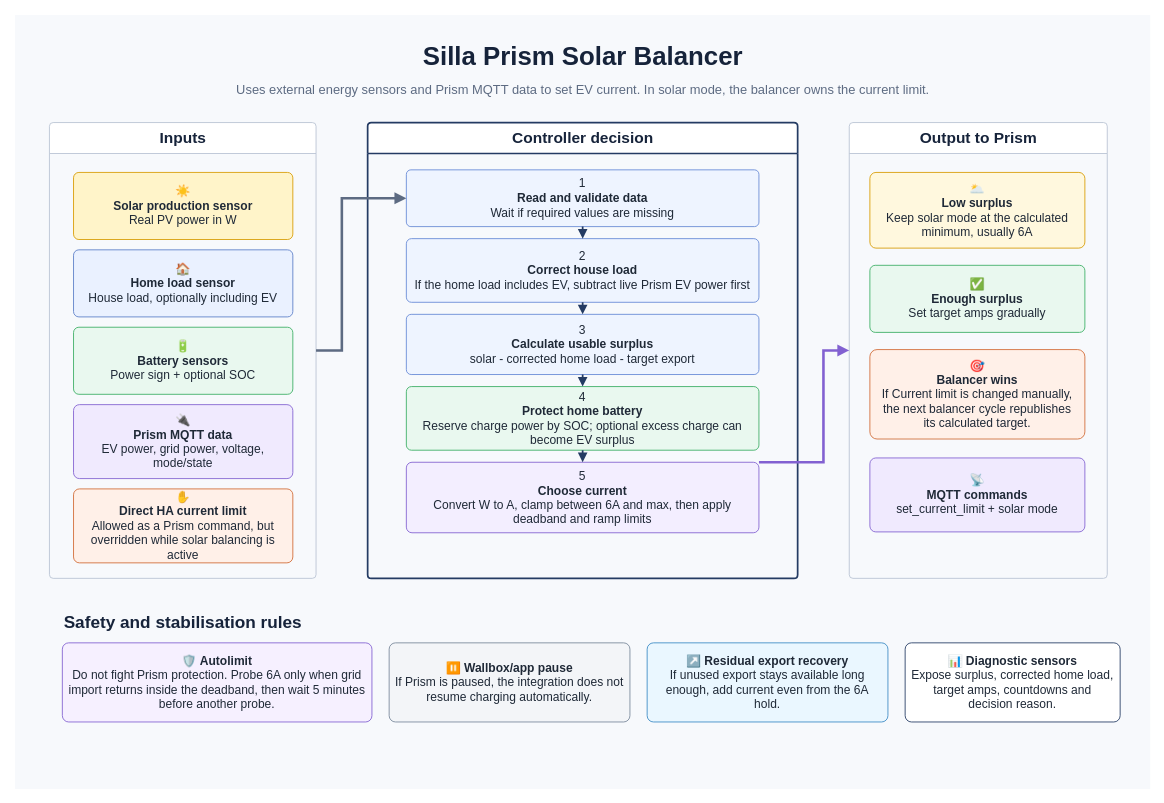
Above: images/solar-balancer-overview.drawio in italoc/silla-prism-integration (draw.io), before the change. Source tidied: cells renumbered, new cells numbered last; positions are measured from the earlier drawing's top-left corner, leaving out a move shared by most shapes. Both pictures are drawn from the tidied source at 86%, with x=0, y=0 at pixel (15, 15).
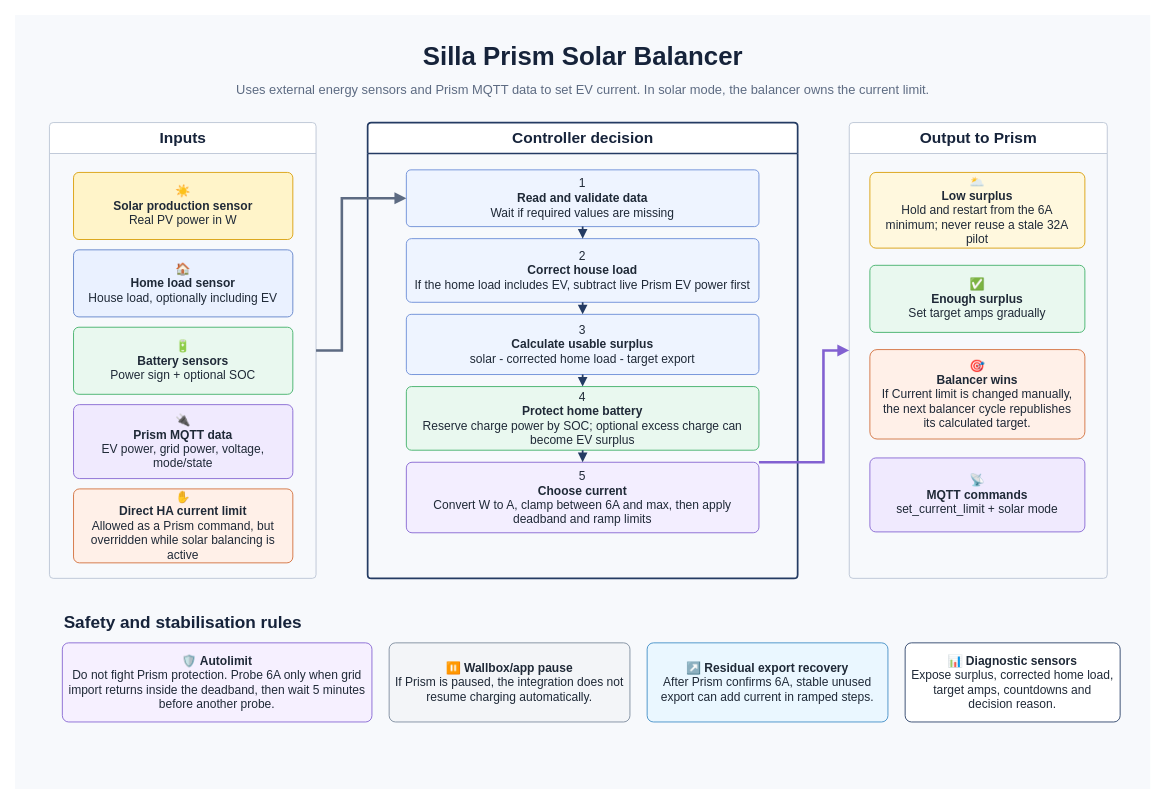
Above is the later version.

Commit message (it also covers changes not shown here):
Restart solar balancing from minimum current

Unchanged cells that the change refers to:
```xml
<mxCell id="21" value="Output to Prism" style="swimlane;html=1;rounded=1;arcSize=4;startSize=36;fillColor=#FFFFFF;strokeColor=#B9C3D3;fontSize=18;fontStyle=1;fontColor=#16233A;" parent="1" vertex="1">
  <mxGeometry x="970" y="125" width="300" height="530" as="geometry" />
</mxCell>
```

Diff of the diagram source:
```diff
@@
-    <mxCell id="22" value="🌥️&lt;br&gt;&lt;b&gt;Low surplus&lt;/b&gt;&lt;br&gt;Keep solar mode at the calculated minimum, usually 6A" style="rounded=1;whiteSpace=wrap;html=1;arcSize=8;fillColor=#FFF8DE;strokeColor=#D89B00;fontSize=14;fontColor=#1F2937;spacing=8;" parent="21" vertex="1">
+    <mxCell id="22" value="🌥️&lt;br&gt;&lt;b&gt;Low surplus&lt;/b&gt;&lt;br&gt;Hold and restart from the 6A minimum; never reuse a stale 32A pilot" style="rounded=1;whiteSpace=wrap;html=1;arcSize=8;fillColor=#FFF8DE;strokeColor=#D89B00;fontSize=14;fontColor=#1F2937;spacing=8;" parent="21" vertex="1">
       <mxGeometry x="24" y="58" width="250" height="88" as="geometry" />
     </mxCell>
@@
-    <mxCell id="31" value="↗️ &lt;b&gt;Residual export recovery&lt;/b&gt;&lt;br&gt;If unused export stays available long enough, add current even from the 6A hold." style="rounded=1;whiteSpace=wrap;html=1;arcSize=8;fillColor=#EAF7FF;strokeColor=#3B8AC4;fontSize=14;fontColor=#1F2937;spacing=8;" parent="1" vertex="1">
+    <mxCell id="31" value="↗️ &lt;b&gt;Residual export recovery&lt;/b&gt;&lt;br&gt;After Prism confirms 6A, stable unused export can add current in ramped steps." style="rounded=1;whiteSpace=wrap;html=1;arcSize=8;fillColor=#EAF7FF;strokeColor=#3B8AC4;fontSize=14;fontColor=#1F2937;spacing=8;" parent="1" vertex="1">
       <mxGeometry x="735" y="730" width="280" height="92" as="geometry" />
     </mxCell>
```
